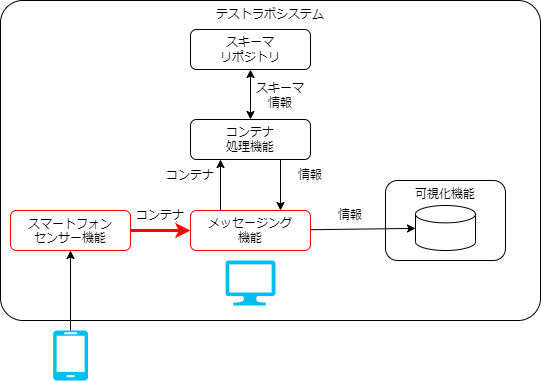
Before: docs/testlab_system/environment/overview_target1.drawio.png, a diagram exported from draw.io (data-container-for-wearable-sensor/StartGuide). Source tidied: cells renumbered, new cells last; positions are measured from the earlier drawing's top-left corner, leaving out a move shared by most shapes. Its diagram source:
```xml
<mxGraphModel>
  <root>
    <mxCell id="0" />
    <mxCell id="1" parent="0" />
    <mxCell id="2" value="テストラボシステム" style="rounded=1;whiteSpace=wrap;html=1;fillColor=none;align=center;verticalAlign=top;arcSize=7;" parent="1" vertex="1">
      <mxGeometry width="540" height="320" as="geometry" />
    </mxCell>
    <mxCell id="3" style="edgeStyle=none;html=1;exitX=1;exitY=0.5;exitDx=0;exitDy=0;strokeColor=#FF0000;strokeWidth=3;" parent="1" edge="1" source="4" target="6">
      <mxGeometry relative="1" as="geometry" />
    </mxCell>
    <mxCell id="4" value="&lt;span style=&quot;border-color: var(--border-color);&quot;&gt;スマートフォン&lt;/span&gt;&lt;br style=&quot;border-color: var(--border-color);&quot;&gt;&lt;span style=&quot;border-color: var(--border-color);&quot;&gt;センサー機能&lt;/span&gt;" style="rounded=1;whiteSpace=wrap;html=1;fillColor=none;verticalAlign=top;strokeColor=#FF0000;" parent="1" vertex="1">
      <mxGeometry x="10" y="210" width="120" height="40" as="geometry" />
    </mxCell>
    <mxCell id="5" style="edgeStyle=none;html=1;" parent="1" edge="1" source="6" target="13">
      <mxGeometry relative="1" as="geometry" />
    </mxCell>
    <mxCell id="6" value="メッセージング&lt;br&gt;機能" style="rounded=1;whiteSpace=wrap;html=1;fillColor=none;strokeColor=#FF0000;" parent="1" vertex="1">
      <mxGeometry x="190" y="210" width="120" height="40" as="geometry" />
    </mxCell>
    <mxCell id="7" value="コンテナ&lt;br&gt;処理機能" style="rounded=1;whiteSpace=wrap;html=1;fillColor=none;" parent="1" vertex="1">
      <mxGeometry x="190" y="119" width="120" height="40" as="geometry" />
    </mxCell>
    <mxCell id="8" value="情報" style="text;html=1;strokeColor=none;fillColor=none;align=center;verticalAlign=middle;whiteSpace=wrap;rounded=0;" parent="1" vertex="1">
      <mxGeometry x="320" y="200" width="60" height="30" as="geometry" />
    </mxCell>
    <mxCell id="9" value="コンテナ" style="text;html=1;strokeColor=none;fillColor=none;align=center;verticalAlign=middle;whiteSpace=wrap;rounded=0;" parent="1" vertex="1">
      <mxGeometry x="130" y="200" width="60" height="30" as="geometry" />
    </mxCell>
    <mxCell id="10" style="endArrow=classic;html=1;exitX=0.25;exitY=0;exitDx=0;exitDy=0;entryX=0.25;entryY=1;entryDx=0;entryDy=0;" parent="1" edge="1" source="6" target="7">
      <mxGeometry relative="1" as="geometry" />
    </mxCell>
    <mxCell id="11" style="endArrow=classic;html=1;exitX=0.75;exitY=1;exitDx=0;exitDy=0;entryX=0.75;entryY=0;entryDx=0;entryDy=0;" parent="1" edge="1" source="7" target="6">
      <mxGeometry relative="1" as="geometry" />
    </mxCell>
    <mxCell id="12" value="スキーマ&lt;br&gt;リポジトリ" style="rounded=1;whiteSpace=wrap;html=1;fillColor=none;" parent="1" vertex="1">
      <mxGeometry x="190" y="29" width="120" height="40" as="geometry" />
    </mxCell>
    <mxCell id="13" style="shape=cylinder3;whiteSpace=wrap;html=1;boundedLbl=1;backgroundOutline=1;size=8.676963806152344;" parent="1" vertex="1">
      <mxGeometry x="415" y="205" width="60" height="45" as="geometry" />
    </mxCell>
    <mxCell id="14" value="コンテナ" style="text;html=1;strokeColor=none;fillColor=none;align=center;verticalAlign=middle;whiteSpace=wrap;rounded=0;" parent="1" vertex="1">
      <mxGeometry x="160" y="160" width="60" height="30" as="geometry" />
    </mxCell>
    <mxCell id="15" value="情報" style="text;html=1;strokeColor=none;fillColor=none;align=center;verticalAlign=middle;whiteSpace=wrap;rounded=0;" parent="1" vertex="1">
      <mxGeometry x="280" y="160" width="60" height="30" as="geometry" />
    </mxCell>
    <mxCell id="16" value="スキーマ情報" style="text;html=1;strokeColor=none;fillColor=none;align=center;verticalAlign=middle;whiteSpace=wrap;rounded=0;" parent="1" vertex="1">
      <mxGeometry x="250" y="80" width="60" height="30" as="geometry" />
    </mxCell>
    <mxCell id="17" style="endArrow=classic;startArrow=classic;html=1;entryX=0.5;entryY=1;entryDx=0;entryDy=0;exitX=0.5;exitY=0;exitDx=0;exitDy=0;" parent="1" edge="1" source="7" target="12">
      <mxGeometry relative="1" as="geometry" />
    </mxCell>
    <mxCell id="18" style="edgeStyle=none;html=1;" parent="1" edge="1" source="19" target="4">
      <mxGeometry relative="1" as="geometry" />
    </mxCell>
    <mxCell id="19" style="verticalLabelPosition=bottom;html=1;verticalAlign=top;align=center;strokeColor=none;fillColor=#00BEF2;shape=mxgraph.azure.mobile;" parent="1" vertex="1">
      <mxGeometry x="52.5" y="330" width="35" height="50" as="geometry" />
    </mxCell>
    <mxCell id="20" style="verticalLabelPosition=bottom;html=1;verticalAlign=top;align=center;strokeColor=none;fillColor=#00BEF2;shape=mxgraph.azure.computer;" parent="1" vertex="1">
      <mxGeometry x="225" y="260" width="50" height="45" as="geometry" />
    </mxCell>
    <mxCell id="21" value="可視化機能" style="rounded=1;whiteSpace=wrap;html=1;fillColor=none;verticalAlign=top;" parent="1" vertex="1">
      <mxGeometry x="385" y="180" width="120" height="80" as="geometry" />
    </mxCell>
  </root>
</mxGraphModel>
```
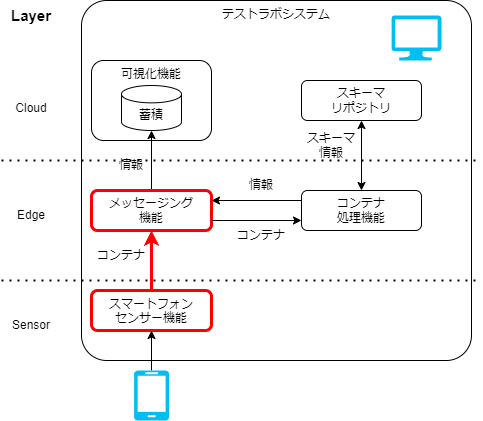
Above is the later version.

Diff of the diagram source:
```diff
@@ -3,64 +3,88 @@
     <mxCell id="0" />
     <mxCell id="1" parent="0" />
     <mxCell id="2" value="テストラボシステム" style="rounded=1;whiteSpace=wrap;html=1;fillColor=none;align=center;verticalAlign=top;arcSize=7;" parent="1" vertex="1">
-      <mxGeometry width="540" height="320" as="geometry" />
+      <mxGeometry x="120" y="-20" width="390" height="360" as="geometry" />
     </mxCell>
-    <mxCell id="3" style="edgeStyle=none;html=1;exitX=1;exitY=0.5;exitDx=0;exitDy=0;strokeColor=#FF0000;strokeWidth=3;" parent="1" edge="1" source="4" target="6">
+    <mxCell id="3" style="edgeStyle=none;html=1;strokeColor=#FF0000;strokeWidth=3;" parent="1" edge="1" source="4" target="6">
       <mxGeometry relative="1" as="geometry" />
     </mxCell>
-    <mxCell id="4" value="&lt;span style=&quot;border-color: var(--border-color);&quot;&gt;スマートフォン&lt;/span&gt;&lt;br style=&quot;border-color: var(--border-color);&quot;&gt;&lt;span style=&quot;border-color: var(--border-color);&quot;&gt;センサー機能&lt;/span&gt;" style="rounded=1;whiteSpace=wrap;html=1;fillColor=none;verticalAlign=top;strokeColor=#FF0000;" parent="1" vertex="1">
-      <mxGeometry x="10" y="210" width="120" height="40" as="geometry" />
+    <mxCell id="4" value="&lt;span style=&quot;border-color: var(--border-color);&quot;&gt;スマートフォン&lt;/span&gt;&lt;br style=&quot;border-color: var(--border-color);&quot;&gt;&lt;span style=&quot;border-color: var(--border-color);&quot;&gt;センサー機能&lt;/span&gt;" style="rounded=1;whiteSpace=wrap;html=1;fillColor=none;verticalAlign=top;strokeColor=#FF0000;strokeWidth=3;" parent="1" vertex="1">
+      <mxGeometry x="130" y="270" width="120" height="40" as="geometry" />
     </mxCell>
-    <mxCell id="5" style="edgeStyle=none;html=1;" parent="1" edge="1" source="6" target="13">
-      <mxGeometry relative="1" as="geometry" />
-    </mxCell>
+    <mxCell id="22" style="edgeStyle=none;html=1;" parent="1" edge="1" source="6" target="25">
+      <mxGeometry relative="1" as="geometry" />
+    </mxCell>
-    <mxCell id="6" value="メッセージング&lt;br&gt;機能" style="rounded=1;whiteSpace=wrap;html=1;fillColor=none;strokeColor=#FF0000;" parent="1" vertex="1">
-      <mxGeometry x="190" y="210" width="120" height="40" as="geometry" />
+    <mxCell id="6" value="メッセージング&lt;br&gt;機能" style="rounded=1;whiteSpace=wrap;html=1;fillColor=none;strokeColor=#FF0000;strokeWidth=3;" parent="1" vertex="1">
+      <mxGeometry x="130" y="170" width="120" height="40" as="geometry" />
     </mxCell>
     <mxCell id="7" value="コンテナ&lt;br&gt;処理機能" style="rounded=1;whiteSpace=wrap;html=1;fillColor=none;" parent="1" vertex="1">
-      <mxGeometry x="190" y="119" width="120" height="40" as="geometry" />
+      <mxGeometry x="340" y="170" width="120" height="40" as="geometry" />
     </mxCell>
-    <mxCell id="8" value="情報" style="text;html=1;strokeColor=none;fillColor=none;align=center;verticalAlign=middle;whiteSpace=wrap;rounded=0;" parent="1" vertex="1">
-      <mxGeometry x="320" y="200" width="60" height="30" as="geometry" />
-    </mxCell>
-    <mxCell id="9" value="コンテナ" style="text;html=1;strokeColor=none;fillColor=none;align=center;verticalAlign=middle;whiteSpace=wrap;rounded=0;" parent="1" vertex="1">
-      <mxGeometry x="130" y="200" width="60" height="30" as="geometry" />
-    </mxCell>
+    <mxCell id="23" value="情報" style="text;html=1;strokeColor=none;fillColor=none;align=center;verticalAlign=middle;whiteSpace=wrap;rounded=0;" parent="1" vertex="1">
+      <mxGeometry x="140" y="130" width="60" height="30" as="geometry" />
+    </mxCell>
+    <mxCell id="24" value="コンテナ" style="text;html=1;strokeColor=none;fillColor=none;align=center;verticalAlign=middle;whiteSpace=wrap;rounded=0;strokeWidth=3;" parent="1" vertex="1">
+      <mxGeometry x="130" y="220" width="60" height="30" as="geometry" />
+    </mxCell>
-    <mxCell id="10" style="endArrow=classic;html=1;exitX=0.25;exitY=0;exitDx=0;exitDy=0;entryX=0.25;entryY=1;entryDx=0;entryDy=0;" parent="1" edge="1" source="6" target="7">
+    <mxCell id="10" style="endArrow=classic;html=1;exitX=1;exitY=0.75;exitDx=0;exitDy=0;entryX=0;entryY=0.75;entryDx=0;entryDy=0;" parent="1" edge="1" source="6" target="7">
       <mxGeometry relative="1" as="geometry" />
     </mxCell>
-    <mxCell id="11" style="endArrow=classic;html=1;exitX=0.75;exitY=1;exitDx=0;exitDy=0;entryX=0.75;entryY=0;entryDx=0;entryDy=0;" parent="1" edge="1" source="7" target="6">
+    <mxCell id="11" style="endArrow=classic;html=1;exitX=0;exitY=0.25;exitDx=0;exitDy=0;entryX=1;entryY=0.25;entryDx=0;entryDy=0;" parent="1" edge="1" source="7" target="6">
       <mxGeometry relative="1" as="geometry" />
     </mxCell>
     <mxCell id="12" value="スキーマ&lt;br&gt;リポジトリ" style="rounded=1;whiteSpace=wrap;html=1;fillColor=none;" parent="1" vertex="1">
-      <mxGeometry x="190" y="29" width="120" height="40" as="geometry" />
+      <mxGeometry x="340" y="60" width="120" height="40" as="geometry" />
     </mxCell>
-    <mxCell id="13" style="shape=cylinder3;whiteSpace=wrap;html=1;boundedLbl=1;backgroundOutline=1;size=8.676963806152344;" parent="1" vertex="1">
-      <mxGeometry x="415" y="205" width="60" height="45" as="geometry" />
-    </mxCell>
-    <mxCell id="14" value="コンテナ" style="text;html=1;strokeColor=none;fillColor=none;align=center;verticalAlign=middle;whiteSpace=wrap;rounded=0;" parent="1" vertex="1">
-      <mxGeometry x="160" y="160" width="60" height="30" as="geometry" />
-    </mxCell>
-    <mxCell id="15" value="情報" style="text;html=1;strokeColor=none;fillColor=none;align=center;verticalAlign=middle;whiteSpace=wrap;rounded=0;" parent="1" vertex="1">
-      <mxGeometry x="280" y="160" width="60" height="30" as="geometry" />
-    </mxCell>
+    <mxCell id="25" value="蓄積" style="shape=cylinder3;whiteSpace=wrap;html=1;boundedLbl=1;backgroundOutline=1;size=8.676963806152344;" parent="1" vertex="1">
+      <mxGeometry x="160" y="65" width="60" height="45" as="geometry" />
+    </mxCell>
+    <mxCell id="26" value="コンテナ" style="text;html=1;strokeColor=none;fillColor=none;align=center;verticalAlign=middle;whiteSpace=wrap;rounded=0;" parent="1" vertex="1">
+      <mxGeometry x="270" y="200" width="60" height="30" as="geometry" />
+    </mxCell>
+    <mxCell id="27" value="情報" style="text;html=1;strokeColor=none;fillColor=none;align=center;verticalAlign=middle;whiteSpace=wrap;rounded=0;" parent="1" vertex="1">
+      <mxGeometry x="270" y="150" width="60" height="30" as="geometry" />
+    </mxCell>
     <mxCell id="16" value="スキーマ情報" style="text;html=1;strokeColor=none;fillColor=none;align=center;verticalAlign=middle;whiteSpace=wrap;rounded=0;" parent="1" vertex="1">
-      <mxGeometry x="250" y="80" width="60" height="30" as="geometry" />
+      <mxGeometry x="340" y="110" width="60" height="30" as="geometry" />
     </mxCell>
     <mxCell id="17" style="endArrow=classic;startArrow=classic;html=1;entryX=0.5;entryY=1;entryDx=0;entryDy=0;exitX=0.5;exitY=0;exitDx=0;exitDy=0;" parent="1" edge="1" source="7" target="12">
       <mxGeometry relative="1" as="geometry" />
     </mxCell>
-    <mxCell id="18" style="edgeStyle=none;html=1;" parent="1" edge="1" source="19" target="4">
-      <mxGeometry relative="1" as="geometry" />
-    </mxCell>
-    <mxCell id="19" style="verticalLabelPosition=bottom;html=1;verticalAlign=top;align=center;strokeColor=none;fillColor=#00BEF2;shape=mxgraph.azure.mobile;" parent="1" vertex="1">
-      <mxGeometry x="52.5" y="330" width="35" height="50" as="geometry" />
-    </mxCell>
-    <mxCell id="20" style="verticalLabelPosition=bottom;html=1;verticalAlign=top;align=center;strokeColor=none;fillColor=#00BEF2;shape=mxgraph.azure.computer;" parent="1" vertex="1">
-      <mxGeometry x="225" y="260" width="50" height="45" as="geometry" />
-    </mxCell>
+    <mxCell id="28" style="edgeStyle=none;html=1;" parent="1" edge="1" source="29" target="4">
+      <mxGeometry relative="1" as="geometry" />
+    </mxCell>
+    <mxCell id="29" style="verticalLabelPosition=bottom;html=1;verticalAlign=top;align=center;strokeColor=none;fillColor=#00BEF2;shape=mxgraph.azure.mobile;" parent="1" vertex="1">
+      <mxGeometry x="172.5" y="350" width="35" height="50" as="geometry" />
+    </mxCell>
+    <mxCell id="30" style="verticalLabelPosition=bottom;html=1;verticalAlign=top;align=center;strokeColor=none;fillColor=#00BEF2;shape=mxgraph.azure.computer;" parent="1" vertex="1">
+      <mxGeometry x="430" y="-5" width="50" height="45" as="geometry" />
+    </mxCell>
     <mxCell id="21" value="可視化機能" style="rounded=1;whiteSpace=wrap;html=1;fillColor=none;verticalAlign=top;" parent="1" vertex="1">
-      <mxGeometry x="385" y="180" width="120" height="80" as="geometry" />
+      <mxGeometry x="130" y="40" width="120" height="80" as="geometry" />
     </mxCell>
+    <mxCell id="31" style="endArrow=none;dashed=1;html=1;dashPattern=1 3;strokeWidth=2;" parent="1" edge="1">
+      <mxGeometry relative="1" as="geometry">
+        <mxPoint x="40" y="140" as="sourcePoint" />
+        <mxPoint x="520" y="140" as="targetPoint" />
+      </mxGeometry>
+    </mxCell>
+    <mxCell id="32" style="endArrow=none;dashed=1;html=1;dashPattern=1 3;strokeWidth=2;" parent="1" edge="1">
+      <mxGeometry relative="1" as="geometry">
+        <mxPoint x="40" y="260" as="sourcePoint" />
+        <mxPoint x="520" y="260" as="targetPoint" />
+      </mxGeometry>
+    </mxCell>
+    <mxCell id="33" value="Cloud" style="text;html=1;strokeColor=none;fillColor=none;align=center;verticalAlign=middle;whiteSpace=wrap;rounded=0;" parent="1" vertex="1">
+      <mxGeometry x="40" y="72.5" width="60" height="30" as="geometry" />
+    </mxCell>
+    <mxCell id="34" value="Layer" style="text;html=1;strokeColor=none;fillColor=none;align=center;verticalAlign=middle;whiteSpace=wrap;rounded=0;fontStyle=1;fontSize=15;" parent="1" vertex="1">
+      <mxGeometry x="40" y="-20" width="60" height="30" as="geometry" />
+    </mxCell>
+    <mxCell id="35" value="Edge" style="text;html=1;strokeColor=none;fillColor=none;align=center;verticalAlign=middle;whiteSpace=wrap;rounded=0;" parent="1" vertex="1">
+      <mxGeometry x="40" y="180" width="60" height="30" as="geometry" />
+    </mxCell>
+    <mxCell id="36" value="Sensor" style="text;html=1;strokeColor=none;fillColor=none;align=center;verticalAlign=middle;whiteSpace=wrap;rounded=0;" parent="1" vertex="1">
+      <mxGeometry x="40" y="290" width="60" height="30" as="geometry" />
+    </mxCell>
   </root>
 </mxGraphModel>
```
